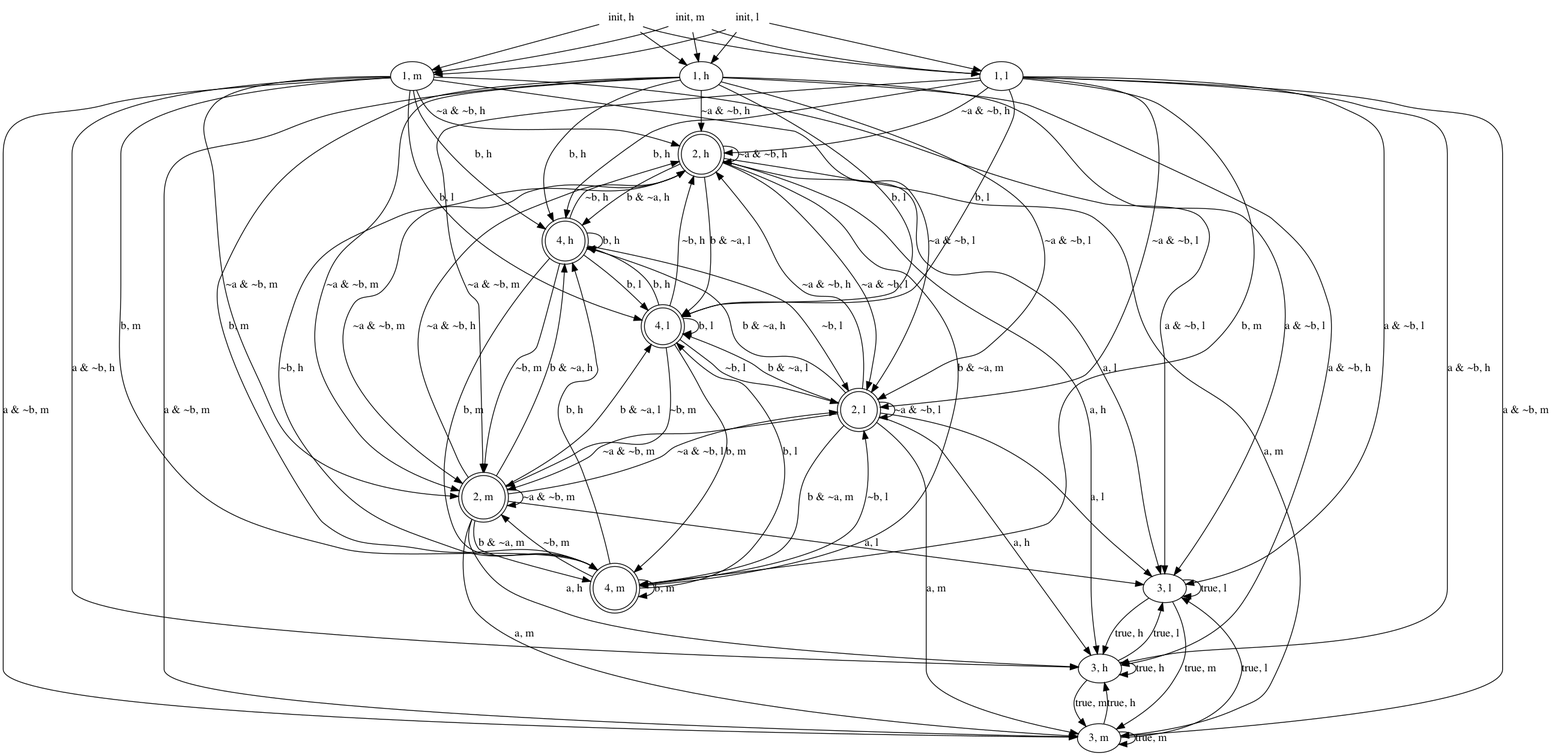
Above: Misc/dfa.gv.png in famishedrover/Project574 (Graphviz), before the change. Its source is kept beside it as Misc/dfa.gv. Its diagram source:
```dot
digraph "" {
	"2, h"	[shape=doublecircle];
	"2, h" -> "2, h"	[key=0,
		label="~a & ~b, h"];
	"4, h"	[shape=doublecircle];
	"2, h" -> "4, h"	[key=0,
		label="b & ~a, h"];
	"2, h" -> "3, h"	[key=0,
		label="a, h"];
	"2, m"	[shape=doublecircle];
	"2, h" -> "2, m"	[key=0,
		label="~a & ~b, m"];
	"4, m"	[shape=doublecircle];
	"2, h" -> "4, m"	[key=0,
		label="b & ~a, m"];
	"2, h" -> "3, m"	[key=0,
		label="a, m"];
	"2, l"	[shape=doublecircle];
	"2, h" -> "2, l"	[key=0,
		label="~a & ~b, l"];
	"4, l"	[shape=doublecircle];
	"2, h" -> "4, l"	[key=0,
		label="b & ~a, l"];
	"2, h" -> "3, l"	[key=0,
		label="a, l"];
	"4, h" -> "2, h"	[key=0,
		label="~b, h"];
	"4, h" -> "4, h"	[key=0,
		label="b, h"];
	"4, h" -> "2, m"	[key=0,
		label="~b, m"];
	"4, h" -> "4, m"	[key=0,
		label="b, m"];
	"4, h" -> "2, l"	[key=0,
		label="~b, l"];
	"4, h" -> "4, l"	[key=0,
		label="b, l"];
	"1, h" -> "2, h"	[key=0,
		label="~a & ~b, h"];
	"1, h" -> "4, h"	[key=0,
		label="b, h"];
	"1, h" -> "3, h"	[key=0,
		label="a & ~b, h"];
	"1, h" -> "2, m"	[key=0,
		label="~a & ~b, m"];
	"1, h" -> "4, m"	[key=0,
		label="b, m"];
	"1, h" -> "3, m"	[key=0,
		label="a & ~b, m"];
	"1, h" -> "2, l"	[key=0,
		label="~a & ~b, l"];
	"1, h" -> "4, l"	[key=0,
		label="b, l"];
	"1, h" -> "3, l"	[key=0,
		label="a & ~b, l"];
	"init, h"	[shape=plaintext];
	"init, h" -> "1, h"	[key=0];
	"init, h" -> "1, m"	[key=0];
	"init, h" -> "1, l"	[key=0];
	"3, h" -> "3, h"	[key=0,
		label="true, h"];
	"3, h" -> "3, m"	[key=0,
		label="true, m"];
	"3, h" -> "3, l"	[key=0,
		label="true, l"];
	"2, m" -> "2, h"	[key=0,
		label="~a & ~b, h"];
	"2, m" -> "4, h"	[key=0,
		label="b & ~a, h"];
	"2, m" -> "3, h"	[key=0,
		label="a, h"];
	"2, m" -> "2, m"	[key=0,
		label="~a & ~b, m"];
	"2, m" -> "4, m"	[key=0,
		label="b & ~a, m"];
	"2, m" -> "3, m"	[key=0,
		label="a, m"];
	"2, m" -> "2, l"	[key=0,
		label="~a & ~b, l"];
	"2, m" -> "4, l"	[key=0,
		label="b & ~a, l"];
	"2, m" -> "3, l"	[key=0,
		label="a, l"];
	"4, m" -> "2, h"	[key=0,
		label="~b, h"];
	"4, m" -> "4, h"	[key=0,
		label="b, h"];
	"4, m" -> "2, m"	[key=0,
		label="~b, m"];
	"4, m" -> "4, m"	[key=0,
		label="b, m"];
	"4, m" -> "2, l"	[key=0,
		label="~b, l"];
	"4, m" -> "4, l"	[key=0,
		label="b, l"];
	"1, m" -> "2, h"	[key=0,
		label="~a & ~b, h"];
	"1, m" -> "4, h"	[key=0,
		label="b, h"];
	"1, m" -> "3, h"	[key=0,
		label="a & ~b, h"];
	"1, m" -> "2, m"	[key=0,
		label="~a & ~b, m"];
	"1, m" -> "4, m"	[key=0,
		label="b, m"];
	"1, m" -> "3, m"	[key=0,
		label="a & ~b, m"];
	"1, m" -> "2, l"	[key=0,
		label="~a & ~b, l"];
	"1, m" -> "4, l"	[key=0,
		label="b, l"];
	"1, m" -> "3, l"	[key=0,
		label="a & ~b, l"];
	"init, m"	[shape=plaintext];
	"init, m" -> "1, h"	[key=0];
	"init, m" -> "1, m"	[key=0];
	"init, m" -> "1, l"	[key=0];
	"3, m" -> "3, h"	[key=0,
		label="true, h"];
	"3, m" -> "3, m"	[key=0,
		label="true, m"];
	"3, m" -> "3, l"	[key=0,
		label="true, l"];
	"2, l" -> "2, h"	[key=0,
		label="~a & ~b, h"];
	"2, l" -> "4, h"	[key=0,
		label="b & ~a, h"];
	"2, l" -> "3, h"	[key=0,
		label="a, h"];
	"2, l" -> "2, m"	[key=0,
		label="~a & ~b, m"];
	"2, l" -> "4, m"	[key=0,
		label="b & ~a, m"];
	"2, l" -> "3, m"	[key=0,
		label="a, m"];
	"2, l" -> "2, l"	[key=0,
		label="~a & ~b, l"];
	"2, l" -> "4, l"	[key=0,
		label="b & ~a, l"];
	"2, l" -> "3, l"	[key=0,
		label="a, l"];
	"4, l" -> "2, h"	[key=0,
		label="~b, h"];
	"4, l" -> "4, h"	[key=0,
		label="b, h"];
	"4, l" -> "2, m"	[key=0,
		label="~b, m"];
	"4, l" -> "4, m"	[key=0,
		label="b, m"];
	"4, l" -> "2, l"	[key=0,
		label="~b, l"];
	"4, l" -> "4, l"	[key=0,
		label="b, l"];
	"1, l" -> "2, h"	[key=0,
		label="~a & ~b, h"];
	"1, l" -> "4, h"	[key=0,
		label="b, h"];
	"1, l" -> "3, h"	[key=0,
		label="a & ~b, h"];
	"1, l" -> "2, m"	[key=0,
		label="~a & ~b, m"];
	"1, l" -> "4, m"	[key=0,
		label="b, m"];
	"1, l" -> "3, m"	[key=0,
		label="a & ~b, m"];
	"1, l" -> "2, l"	[key=0,
		label="~a & ~b, l"];
	"1, l" -> "4, l"	[key=0,
		label="b, l"];
	"1, l" -> "3, l"	[key=0,
		label="a & ~b, l"];
	"init, l"	[shape=plaintext];
	"init, l" -> "1, h"	[key=0];
	"init, l" -> "1, m"	[key=0];
	"init, l" -> "1, l"	[key=0];
	"3, l" -> "3, h"	[key=0,
		label="true, h"];
	"3, l" -> "3, m"	[key=0,
		label="true, m"];
	"3, l" -> "3, l"	[key=0,
		label="true, l"];
}
```
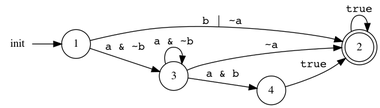
After the change.

Diff of the diagram source:
```diff
@@ -1,182 +1,29 @@
-digraph "" {
-	"2, h"	[shape=doublecircle];
-	"2, h" -> "2, h"	[key=0,
-		label="~a & ~b, h"];
-	"4, h"	[shape=doublecircle];
-	"2, h" -> "4, h"	[key=0,
-		label="b & ~a, h"];
-	"2, h" -> "3, h"	[key=0,
-		label="a, h"];
-	"2, m"	[shape=doublecircle];
-	"2, h" -> "2, m"	[key=0,
-		label="~a & ~b, m"];
-	"4, m"	[shape=doublecircle];
-	"2, h" -> "4, m"	[key=0,
-		label="b & ~a, m"];
-	"2, h" -> "3, m"	[key=0,
-		label="a, m"];
-	"2, l"	[shape=doublecircle];
-	"2, h" -> "2, l"	[key=0,
-		label="~a & ~b, l"];
-	"4, l"	[shape=doublecircle];
-	"2, h" -> "4, l"	[key=0,
-		label="b & ~a, l"];
-	"2, h" -> "3, l"	[key=0,
-		label="a, l"];
-	"4, h" -> "2, h"	[key=0,
-		label="~b, h"];
-	"4, h" -> "4, h"	[key=0,
-		label="b, h"];
-	"4, h" -> "2, m"	[key=0,
-		label="~b, m"];
-	"4, h" -> "4, m"	[key=0,
-		label="b, m"];
-	"4, h" -> "2, l"	[key=0,
-		label="~b, l"];
-	"4, h" -> "4, l"	[key=0,
-		label="b, l"];
-	"1, h" -> "2, h"	[key=0,
-		label="~a & ~b, h"];
-	"1, h" -> "4, h"	[key=0,
-		label="b, h"];
-	"1, h" -> "3, h"	[key=0,
-		label="a & ~b, h"];
-	"1, h" -> "2, m"	[key=0,
-		label="~a & ~b, m"];
-	"1, h" -> "4, m"	[key=0,
-		label="b, m"];
-	"1, h" -> "3, m"	[key=0,
-		label="a & ~b, m"];
-	"1, h" -> "2, l"	[key=0,
-		label="~a & ~b, l"];
-	"1, h" -> "4, l"	[key=0,
-		label="b, l"];
-	"1, h" -> "3, l"	[key=0,
-		label="a & ~b, l"];
-	"init, h"	[shape=plaintext];
-	"init, h" -> "1, h"	[key=0];
-	"init, h" -> "1, m"	[key=0];
-	"init, h" -> "1, l"	[key=0];
-	"3, h" -> "3, h"	[key=0,
-		label="true, h"];
-	"3, h" -> "3, m"	[key=0,
-		label="true, m"];
-	"3, h" -> "3, l"	[key=0,
-		label="true, l"];
-	"2, m" -> "2, h"	[key=0,
-		label="~a & ~b, h"];
-	"2, m" -> "4, h"	[key=0,
-		label="b & ~a, h"];
-	"2, m" -> "3, h"	[key=0,
-		label="a, h"];
-	"2, m" -> "2, m"	[key=0,
-		label="~a & ~b, m"];
-	"2, m" -> "4, m"	[key=0,
-		label="b & ~a, m"];
-	"2, m" -> "3, m"	[key=0,
-		label="a, m"];
-	"2, m" -> "2, l"	[key=0,
-		label="~a & ~b, l"];
-	"2, m" -> "4, l"	[key=0,
-		label="b & ~a, l"];
-	"2, m" -> "3, l"	[key=0,
-		label="a, l"];
-	"4, m" -> "2, h"	[key=0,
-		label="~b, h"];
-	"4, m" -> "4, h"	[key=0,
-		label="b, h"];
-	"4, m" -> "2, m"	[key=0,
-		label="~b, m"];
-	"4, m" -> "4, m"	[key=0,
-		label="b, m"];
-	"4, m" -> "2, l"	[key=0,
-		label="~b, l"];
-	"4, m" -> "4, l"	[key=0,
-		label="b, l"];
-	"1, m" -> "2, h"	[key=0,
-		label="~a & ~b, h"];
-	"1, m" -> "4, h"	[key=0,
-		label="b, h"];
-	"1, m" -> "3, h"	[key=0,
-		label="a & ~b, h"];
-	"1, m" -> "2, m"	[key=0,
-		label="~a & ~b, m"];
-	"1, m" -> "4, m"	[key=0,
-		label="b, m"];
-	"1, m" -> "3, m"	[key=0,
-		label="a & ~b, m"];
-	"1, m" -> "2, l"	[key=0,
-		label="~a & ~b, l"];
-	"1, m" -> "4, l"	[key=0,
-		label="b, l"];
-	"1, m" -> "3, l"	[key=0,
-		label="a & ~b, l"];
-	"init, m"	[shape=plaintext];
-	"init, m" -> "1, h"	[key=0];
-	"init, m" -> "1, m"	[key=0];
-	"init, m" -> "1, l"	[key=0];
-	"3, m" -> "3, h"	[key=0,
-		label="true, h"];
-	"3, m" -> "3, m"	[key=0,
-		label="true, m"];
-	"3, m" -> "3, l"	[key=0,
-		label="true, l"];
-	"2, l" -> "2, h"	[key=0,
-		label="~a & ~b, h"];
-	"2, l" -> "4, h"	[key=0,
-		label="b & ~a, h"];
-	"2, l" -> "3, h"	[key=0,
-		label="a, h"];
-	"2, l" -> "2, m"	[key=0,
-		label="~a & ~b, m"];
-	"2, l" -> "4, m"	[key=0,
-		label="b & ~a, m"];
-	"2, l" -> "3, m"	[key=0,
-		label="a, m"];
-	"2, l" -> "2, l"	[key=0,
-		label="~a & ~b, l"];
-	"2, l" -> "4, l"	[key=0,
-		label="b & ~a, l"];
-	"2, l" -> "3, l"	[key=0,
-		label="a, l"];
-	"4, l" -> "2, h"	[key=0,
-		label="~b, h"];
-	"4, l" -> "4, h"	[key=0,
-		label="b, h"];
-	"4, l" -> "2, m"	[key=0,
-		label="~b, m"];
-	"4, l" -> "4, m"	[key=0,
-		label="b, m"];
-	"4, l" -> "2, l"	[key=0,
-		label="~b, l"];
-	"4, l" -> "4, l"	[key=0,
-		label="b, l"];
-	"1, l" -> "2, h"	[key=0,
-		label="~a & ~b, h"];
-	"1, l" -> "4, h"	[key=0,
-		label="b, h"];
-	"1, l" -> "3, h"	[key=0,
-		label="a & ~b, h"];
-	"1, l" -> "2, m"	[key=0,
-		label="~a & ~b, m"];
-	"1, l" -> "4, m"	[key=0,
-		label="b, m"];
-	"1, l" -> "3, m"	[key=0,
-		label="a & ~b, m"];
-	"1, l" -> "2, l"	[key=0,
-		label="~a & ~b, l"];
-	"1, l" -> "4, l"	[key=0,
-		label="b, l"];
-	"1, l" -> "3, l"	[key=0,
-		label="a & ~b, l"];
-	"init, l"	[shape=plaintext];
-	"init, l" -> "1, h"	[key=0];
-	"init, l" -> "1, m"	[key=0];
-	"init, l" -> "1, l"	[key=0];
-	"3, l" -> "3, h"	[key=0,
-		label="true, h"];
-	"3, l" -> "3, m"	[key=0,
-		label="true, m"];
-	"3, l" -> "3, l"	[key=0,
-		label="true, l"];
+digraph MONA_DFA {
+	graph [center=true,
+		name=MONA_DFA,
+		rankdir=LR,
+		size="7.5,10.5"
+	];
+	node [height=.5,
+		shape=circle,
+		width=.5
+	];
+	edge [fontname=Courier];
+	2	[shape=doublecircle];
+	2 -> 2	[key=0,
+		label=true];
+	1 -> 2	[key=0,
+		label="b | ~a"];
+	1 -> 3	[key=0,
+		label="a & ~b"];
+	init	[shape=plaintext];
+	init -> 1	[key=0];
+	3 -> 2	[key=0,
+		label="~a"];
+	3 -> 3	[key=0,
+		label="a & ~b"];
+	3 -> 4	[key=0,
+		label="a & b"];
+	4 -> 2	[key=0,
+		label=true];
 }
```
